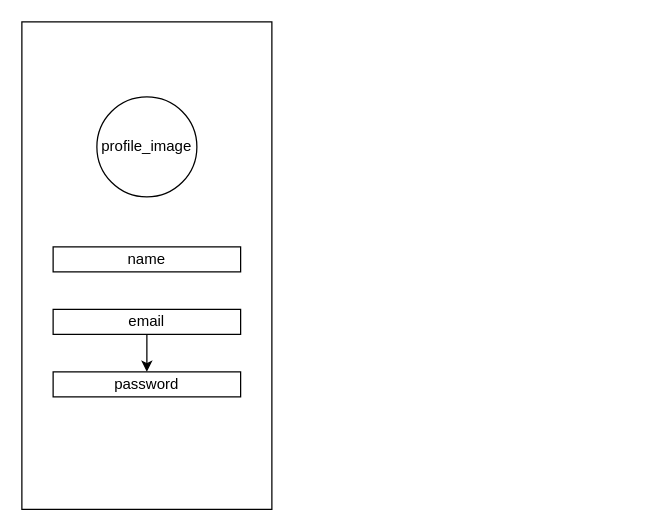
Earlier version of the draw.io diagram 画面遷移図.drawio (3582/Swift_portfolio). Source tidied: cells renumbered, new cells numbered last; positions are measured from the earlier drawing's top-left corner, leaving out a move shared by most shapes. Both pictures are drawn from the tidied source at 125%, with x=0, y=0 at pixel (21, 21).
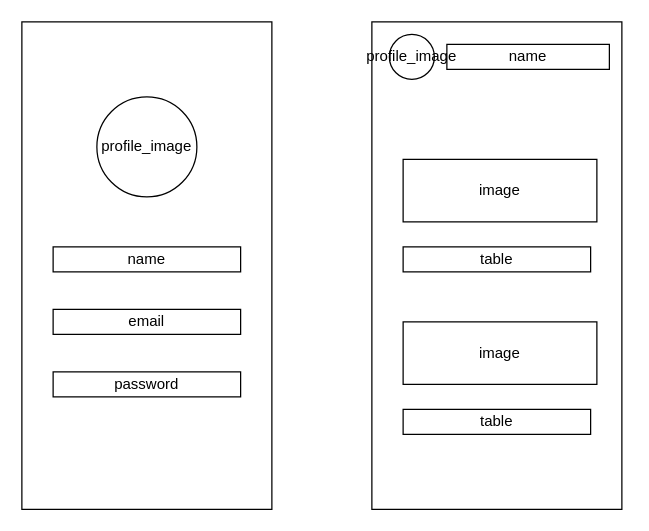
Above is the later version.

Commit message:
画面遷移図.drawio を更新します

Change to the diagram source:
```diff
@@
 <mxGraphModel>
   <root>
     <mxCell id="0" />
     <mxCell id="1" parent="0" />
     <mxCell id="2" style="group;" parent="1" vertex="1">
       <mxGeometry width="200" height="390" as="geometry" />
     </mxCell>
     <mxCell id="3" style="rounded=0;whiteSpace=wrap;html=1;" parent="2" vertex="1">
       <mxGeometry width="200" height="390" as="geometry" />
     </mxCell>
     <mxCell id="4" value="profile_image" style="ellipse;whiteSpace=wrap;html=1;" parent="2" vertex="1">
       <mxGeometry x="60" y="60" width="80" height="80" as="geometry" />
     </mxCell>
     <mxCell id="5" value="name" style="text;html=1;fillColor=none;align=center;verticalAlign=middle;whiteSpace=wrap;rounded=0;strokeColor=#000000;" parent="2" vertex="1">
       <mxGeometry x="25" y="180" width="150" height="20" as="geometry" />
     </mxCell>
     <mxCell id="6" value="email" style="text;html=1;fillColor=none;align=center;verticalAlign=middle;whiteSpace=wrap;rounded=0;strokeColor=#000000;" parent="2" vertex="1">
       <mxGeometry x="25" y="230" width="150" height="20" as="geometry" />
     </mxCell>
     <mxCell id="7" value="password" style="text;html=1;fillColor=none;align=center;verticalAlign=middle;whiteSpace=wrap;rounded=0;strokeColor=#000000;" parent="2" vertex="1">
       <mxGeometry x="25" y="280" width="150" height="20" as="geometry" />
     </mxCell>
-    <mxCell id="8" style="edgeStyle=orthogonalEdgeStyle;rounded=0;jettySize=auto;html=1;" parent="2" edge="1" source="6" target="7">
-      <mxGeometry relative="1" as="geometry" />
-    </mxCell>
+    <mxCell id="9" style="group;" parent="1" vertex="1">
+      <mxGeometry x="280" width="204" height="390" as="geometry" />
+    </mxCell>
+    <mxCell id="10" style="rounded=0;whiteSpace=wrap;html=1;" parent="9" vertex="1">
+      <mxGeometry width="200" height="390" as="geometry" />
+    </mxCell>
+    <mxCell id="11" value="profile_image" style="ellipse;whiteSpace=wrap;html=1;" parent="9" vertex="1">
+      <mxGeometry x="14" y="10" width="36" height="36" as="geometry" />
+    </mxCell>
+    <mxCell id="12" value="table" style="text;html=1;fillColor=none;align=center;verticalAlign=middle;whiteSpace=wrap;rounded=0;strokeColor=#000000;" parent="9" vertex="1">
+      <mxGeometry x="25" y="180" width="150" height="20" as="geometry" />
+    </mxCell>
+    <mxCell id="13" value="image" style="text;html=1;fillColor=none;align=center;verticalAlign=middle;whiteSpace=wrap;rounded=0;strokeColor=#000000;" parent="9" vertex="1">
+      <mxGeometry x="25" y="110" width="155" height="50" as="geometry" />
+    </mxCell>
+    <mxCell id="14" value="table" style="text;html=1;fillColor=none;align=center;verticalAlign=middle;whiteSpace=wrap;rounded=0;strokeColor=#000000;" parent="9" vertex="1">
+      <mxGeometry x="25" y="310" width="150" height="20" as="geometry" />
+    </mxCell>
+    <mxCell id="15" value="image" style="text;html=1;fillColor=none;align=center;verticalAlign=middle;whiteSpace=wrap;rounded=0;strokeColor=#000000;" parent="9" vertex="1">
+      <mxGeometry x="25" y="240" width="155" height="50" as="geometry" />
+    </mxCell>
+    <mxCell id="16" value="name" style="text;html=1;fillColor=none;align=center;verticalAlign=middle;whiteSpace=wrap;rounded=0;strokeColor=#000000;" parent="9" vertex="1">
+      <mxGeometry x="60" y="18" width="130" height="20" as="geometry" />
+    </mxCell>
   </root>
 </mxGraphModel>
```
